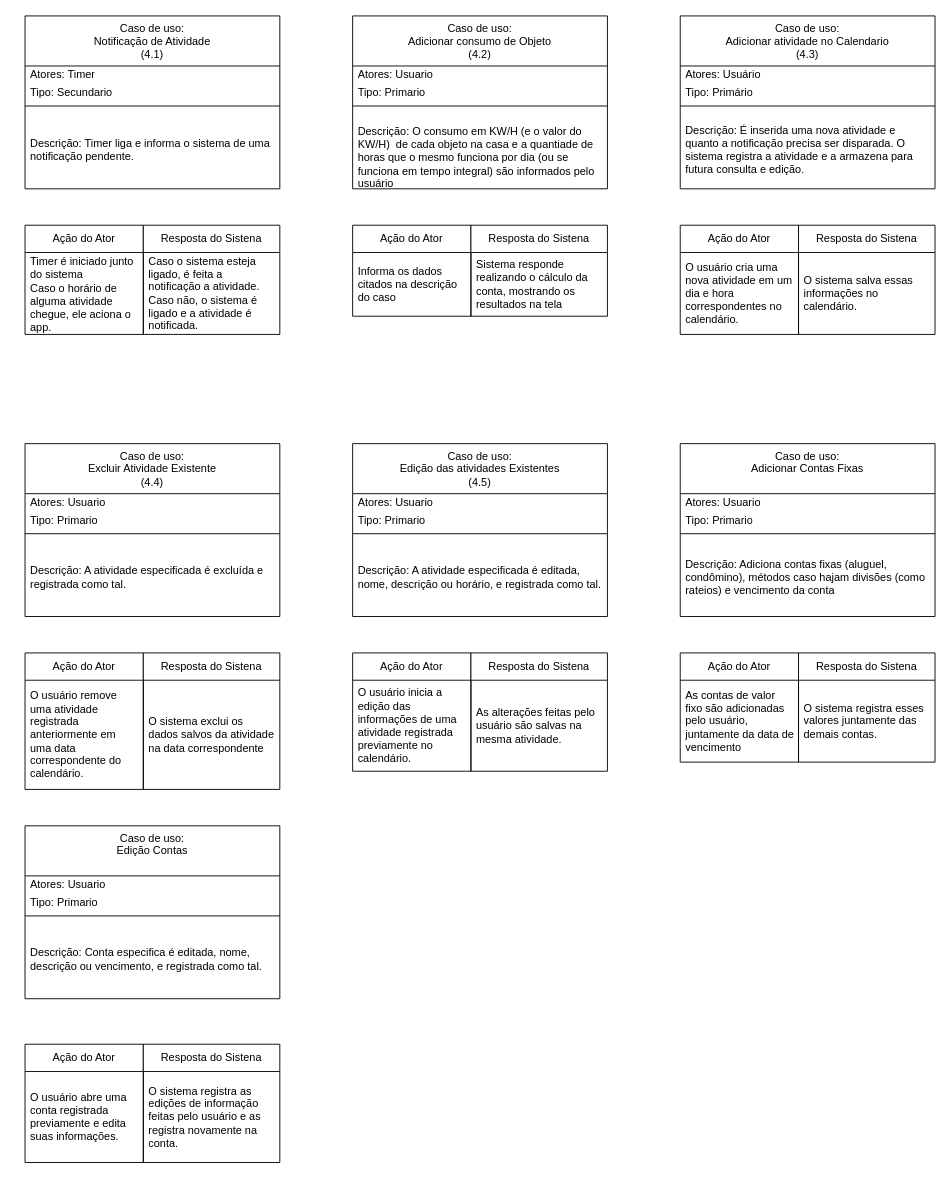
Before: Docs/Caso_de_uso_AltoNivel.drawio in Sleeper02/ESI, a draw.io diagram. Source tidied: cells renumbered, new cells numbered last; positions are measured from the earlier drawing's top-left corner, leaving out a move shared by most shapes. Both pictures are drawn from the tidied source at 91%, with x=0, y=0 at pixel (25, 15).
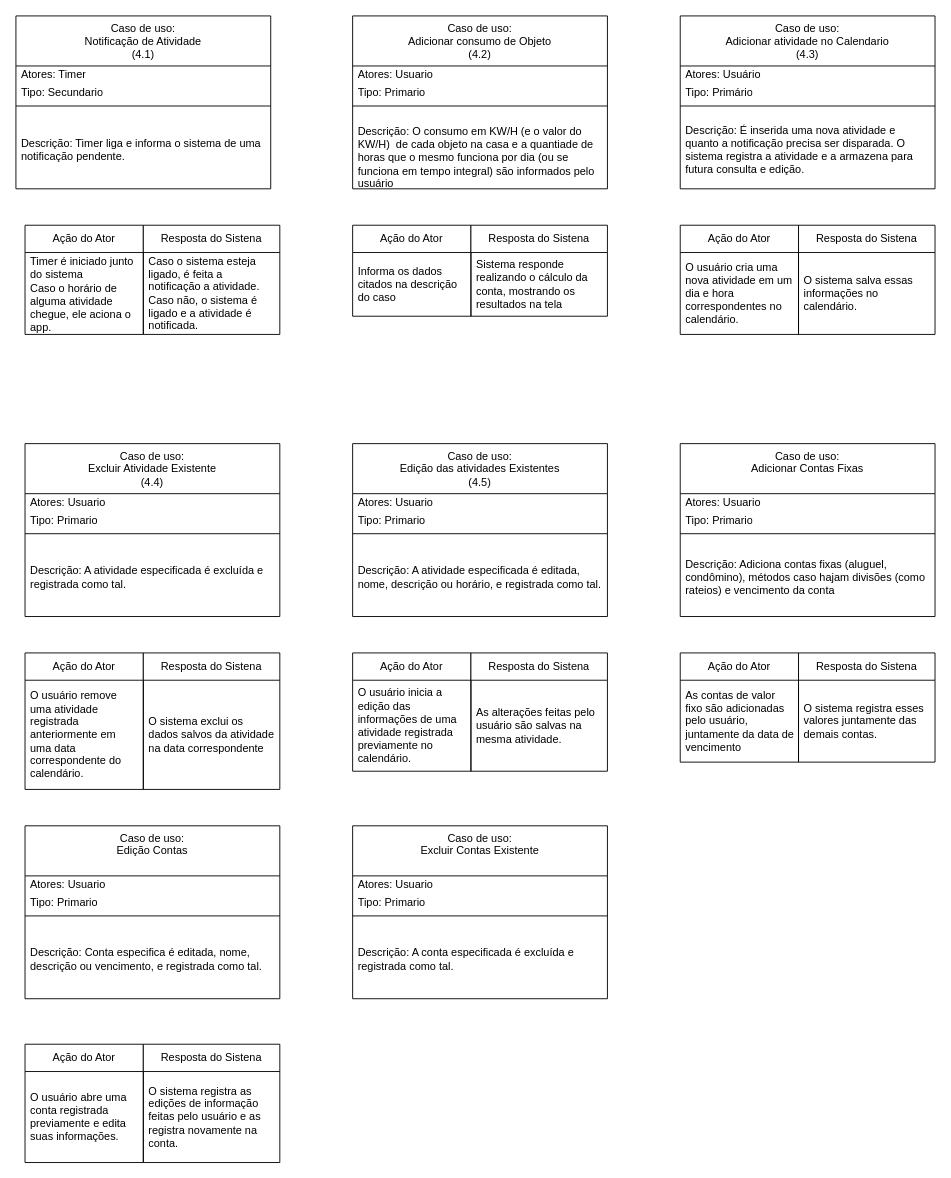
The same page after the edit.

What changed in the source:
```diff
@@
     <mxCell id="12" value="Caso de uso:&lt;br&gt;Notificação de Atividade&lt;br&gt;(4.1)" style="swimlane;fontStyle=0;align=center;verticalAlign=top;horizontal=1;startSize=55;html=1;whiteSpace=wrap;" parent="1" vertex="1">
-      <mxGeometry width="280" height="190" as="geometry" />
+      <mxGeometry x="-10" width="280" height="190" as="geometry" />
     </mxCell>
@@
+    <mxCell id="66" value="Caso de uso:&lt;br&gt;Excluir Contas Existente&lt;div&gt;&lt;br/&gt;&lt;/div&gt;" style="swimlane;fontStyle=0;align=center;verticalAlign=top;horizontal=1;startSize=55;html=1;whiteSpace=wrap;" parent="1" vertex="1">
+      <mxGeometry x="360" y="890" width="280" height="190" as="geometry" />
+    </mxCell>
+    <mxCell id="67" value="&lt;span style=&quot;&quot;&gt;Atores: Usuario&lt;/span&gt;" style="text;html=1;strokeColor=none;fillColor=none;align=left;verticalAlign=middle;spacingLeft=4;spacingRight=4;overflow=hidden;whiteSpace=wrap;" parent="66" vertex="1">
+      <mxGeometry y="55" width="280" height="20" as="geometry" />
+    </mxCell>
+    <mxCell id="68" value="Tipo: Primario" style="text;html=1;strokeColor=none;fillColor=none;align=left;verticalAlign=middle;spacingLeft=4;spacingRight=4;overflow=hidden;whiteSpace=wrap;" parent="66" vertex="1">
+      <mxGeometry y="75" width="280" height="20" as="geometry" />
+    </mxCell>
+    <mxCell id="69" style="line;strokeWidth=1;fillColor=none;align=left;verticalAlign=middle;spacingTop=-1;spacingLeft=3;spacingRight=3;labelPosition=right;" parent="66" vertex="1">
+      <mxGeometry y="95" width="280" height="8" as="geometry" />
+    </mxCell>
+    <mxCell id="70" value="Descrição: A conta especificada é excluída e registrada como tal." style="text;html=1;strokeColor=none;fillColor=none;align=left;verticalAlign=middle;spacingLeft=4;spacingRight=4;overflow=hidden;whiteSpace=wrap;" parent="66" vertex="1">
+      <mxGeometry y="103" width="280" height="87" as="geometry" />
+    </mxCell>
```
